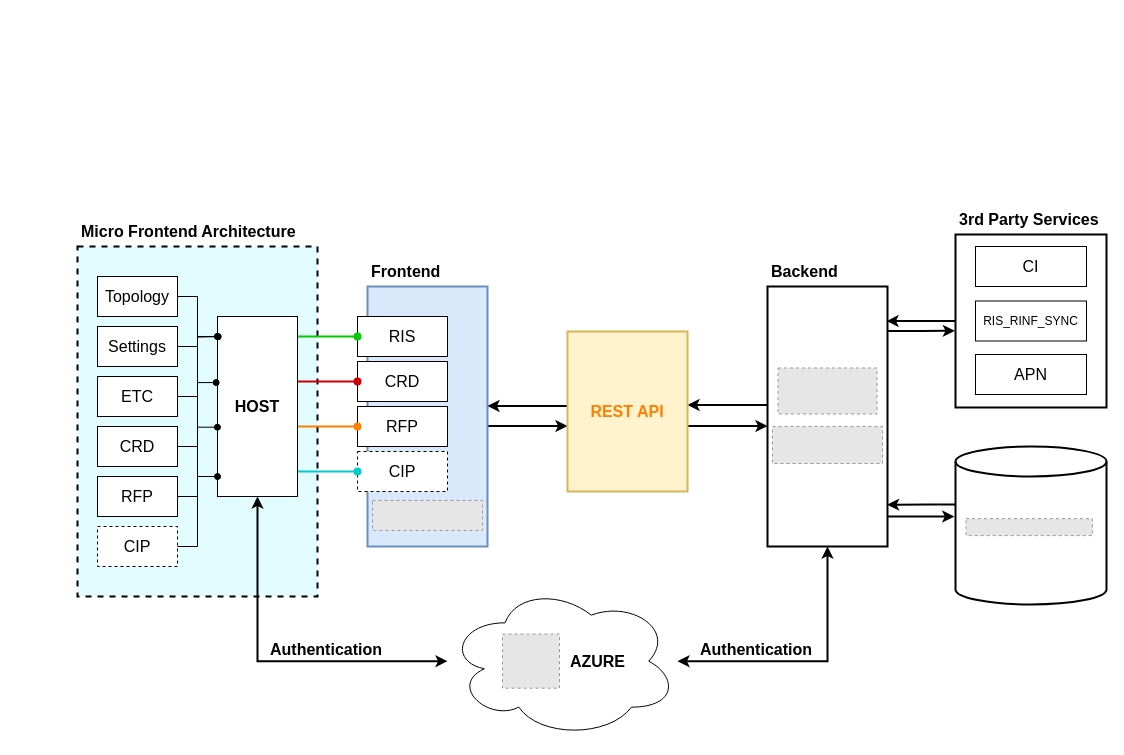
The draw.io diagram app-architecture.drawio in mathudak/diagrams, before the edit. Source tidied: cells renumbered, new cells numbered last; positions are measured from the earlier drawing's top-left corner, leaving out a move shared by most shapes. Both pictures are drawn from the tidied source at 100%, with x=0, y=0 at pixel (77, 204). Pictures stored in the file or linked from it are replaced by grey dashed boxes.
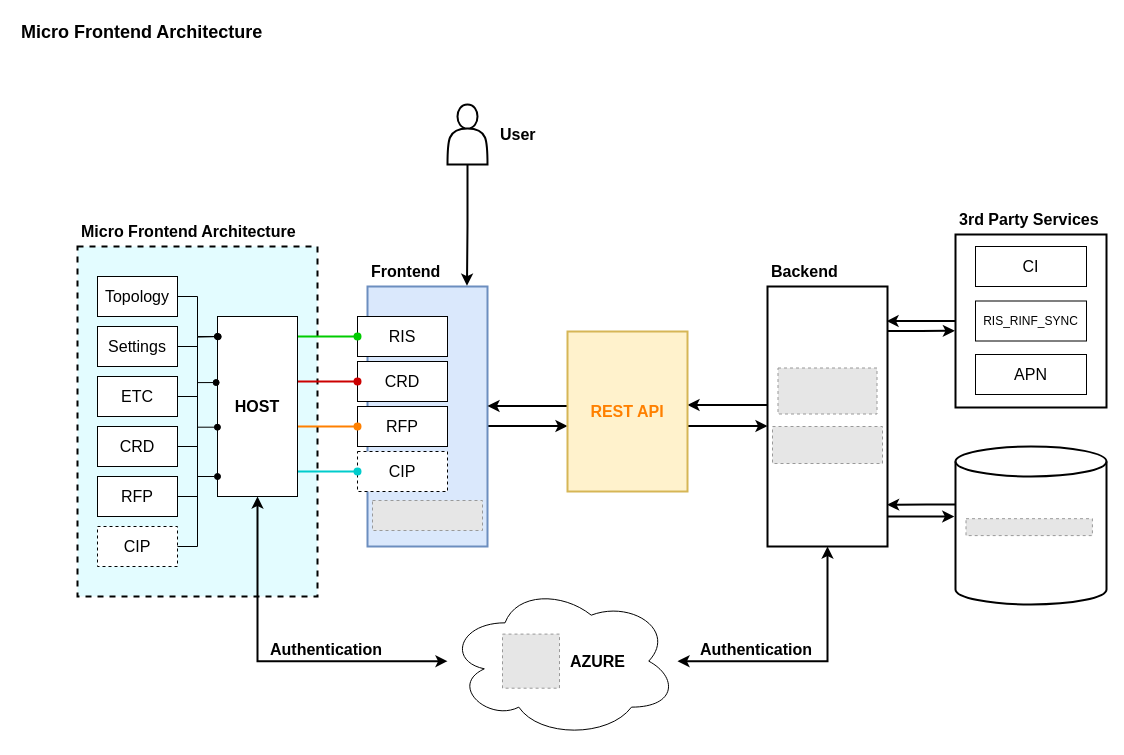
The same diagram, later.

Unchanged cells that the change refers to:
```xml
<mxCell id="6" style="whiteSpace=wrap;html=1;strokeWidth=2;fillColor=#dae8fc;strokeColor=#6c8ebf;" parent="1" vertex="1">
  <mxGeometry x="290" y="82" width="120" height="260" as="geometry" />
</mxCell>
```

Change to the diagram source:
```diff
@@
+    <mxCell id="57" style="shape=actor;whiteSpace=wrap;html=1;strokeWidth=2;" parent="1" vertex="1">
+      <mxGeometry x="370" y="-100" width="40" height="60" as="geometry" />
+    </mxCell>
+    <mxCell id="58" style="edgeStyle=orthogonalEdgeStyle;rounded=0;jettySize=auto;html=1;entryX=0.829;entryY=-0.003;entryDx=0;entryDy=0;entryPerimeter=0;strokeWidth=2;" parent="1" edge="1" source="57" target="6">
+      <mxGeometry relative="1" as="geometry" />
+    </mxCell>
+    <mxCell id="59" value="User" style="text;html=1;align=left;verticalAlign=middle;whiteSpace=wrap;rounded=0;fontSize=16;fontStyle=1;spacingLeft=2;" parent="1" vertex="1">
+      <mxGeometry x="419" y="-85" width="60" height="30" as="geometry" />
+    </mxCell>
+    <mxCell id="60" value="Micro Frontend Architecture" style="text;html=1;align=left;verticalAlign=middle;whiteSpace=wrap;rounded=0;fontSize=18;fontStyle=1;spacingLeft=2;" parent="1" vertex="1">
+      <mxGeometry x="-60" y="-187" width="350" height="30" as="geometry" />
+    </mxCell>
```
